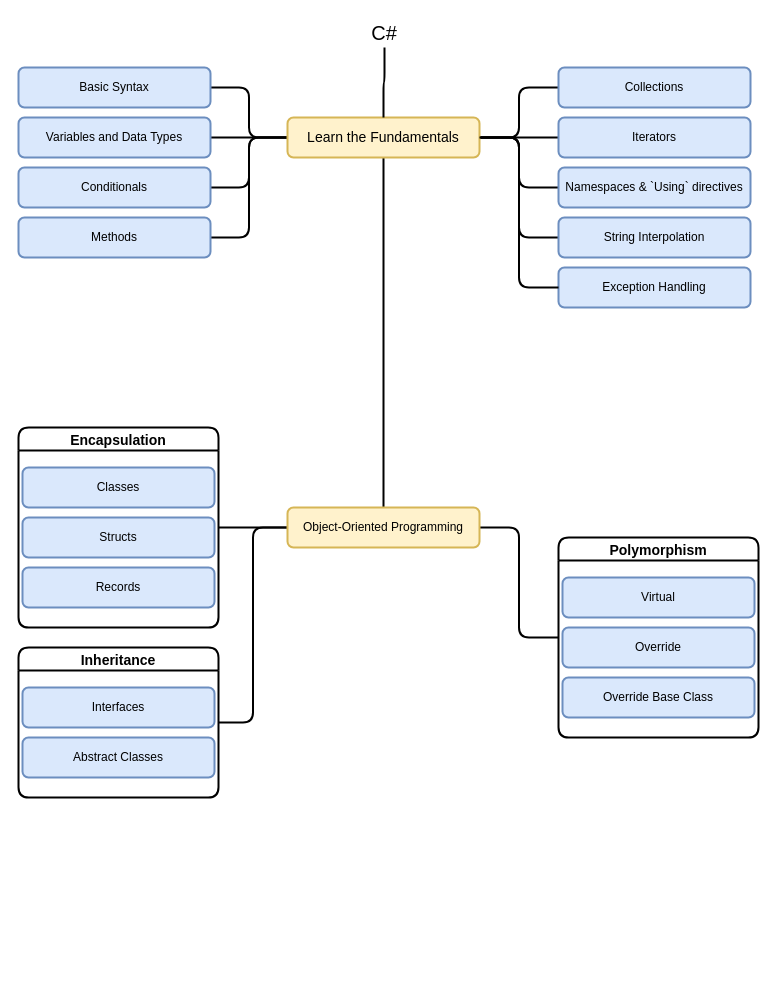
This is dotnet-developer-roadmap.drawio from gridlocdev/csharp-learning-roadmap, a draw.io file, before an edit. Source tidied: cells renumbered, new cells numbered last; positions are measured from the earlier drawing's top-left corner, leaving out a move shared by most shapes. Both pictures are drawn from the tidied source at 100%, with x=0, y=0 at pixel (18, 17).
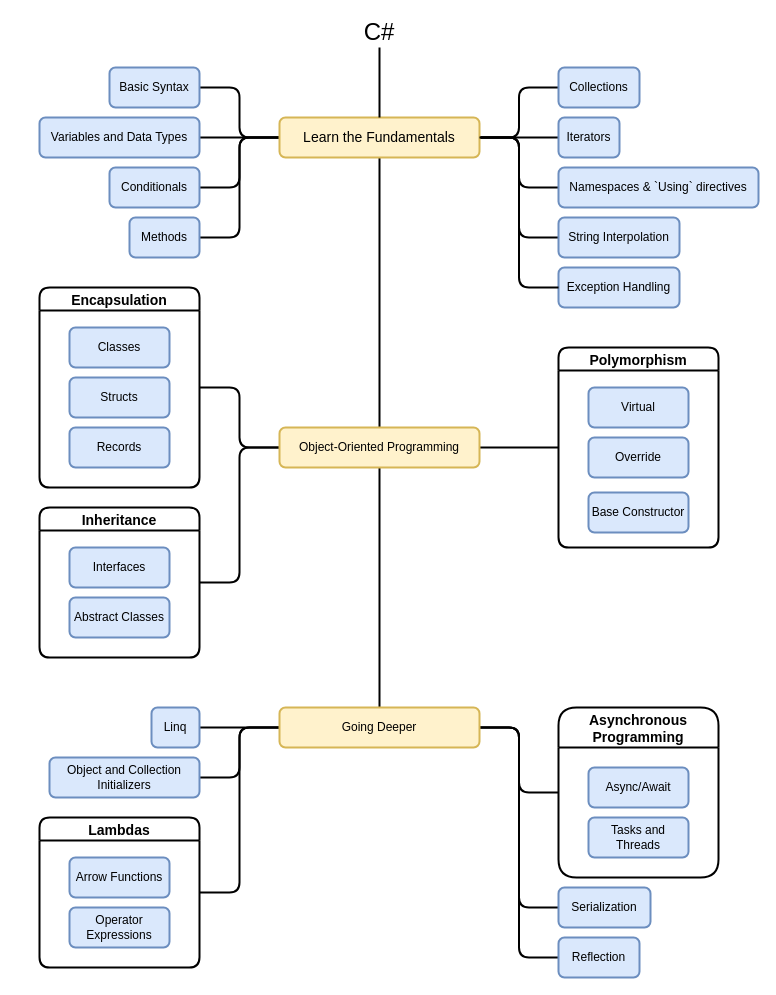
After the change.

The edit, as a diff of the source:
```diff
@@
     <mxCell id="11" value="&lt;font style=&quot;font-size: 14px&quot;&gt;Learn the Fundamentals&lt;/font&gt;" style="rounded=1;whiteSpace=wrap;html=1;fillColor=#fff2cc;strokeColor=#d6b656;strokeWidth=2;" parent="1" vertex="1">
-      <mxGeometry x="269" y="100" width="192" height="40" as="geometry" />
+      <mxGeometry x="261" y="100" width="200" height="40" as="geometry" />
     </mxCell>
@@
-    <mxCell id="13" value="&lt;div style=&quot;font-size: 20px&quot;&gt;&lt;font style=&quot;font-size: 20px&quot;&gt;C#&lt;/font&gt;&lt;/div&gt;" style="text;html=1;strokeColor=none;fillColor=none;align=center;verticalAlign=middle;whiteSpace=wrap;rounded=0;" parent="1" vertex="1">
-      <mxGeometry x="336" width="60" height="30" as="geometry" />
+    <mxCell id="13" value="&lt;div style=&quot;font-size: 24px;&quot;&gt;&lt;font style=&quot;font-size: 24px;&quot;&gt;C#&lt;/font&gt;&lt;/div&gt;" style="text;html=1;strokeColor=none;fillColor=none;align=center;verticalAlign=middle;whiteSpace=wrap;rounded=0;fontSize=24;" parent="1" vertex="1">
+      <mxGeometry x="331" width="60" height="30" as="geometry" />
     </mxCell>
     <mxCell id="14" value="&lt;div&gt;Basic Syntax&lt;/div&gt;" style="rounded=1;whiteSpace=wrap;html=1;fillColor=#dae8fc;strokeColor=#6c8ebf;strokeWidth=2;" parent="1" vertex="1">
-      <mxGeometry y="50" width="192" height="40" as="geometry" />
+      <mxGeometry x="91" y="50" width="90" height="40" as="geometry" />
     </mxCell>
     <mxCell id="15" value="Variables and Data Types" style="rounded=1;whiteSpace=wrap;html=1;fillColor=#dae8fc;strokeColor=#6c8ebf;strokeWidth=2;" parent="1" vertex="1">
-      <mxGeometry y="100" width="192" height="40" as="geometry" />
+      <mxGeometry x="21" y="100" width="160" height="40" as="geometry" />
     </mxCell>
     <mxCell id="16" value="&lt;div&gt;Conditionals&lt;/div&gt;" style="rounded=1;whiteSpace=wrap;html=1;fillColor=#dae8fc;strokeColor=#6c8ebf;strokeWidth=2;" parent="1" vertex="1">
-      <mxGeometry y="150" width="192" height="40" as="geometry" />
+      <mxGeometry x="91" y="150" width="90" height="40" as="geometry" />
     </mxCell>
     <mxCell id="17" value="Methods" style="rounded=1;whiteSpace=wrap;html=1;fillColor=#dae8fc;strokeColor=#6c8ebf;strokeWidth=2;" parent="1" vertex="1">
-      <mxGeometry y="200" width="192" height="40" as="geometry" />
+      <mxGeometry x="111" y="200" width="70" height="40" as="geometry" />
     </mxCell>
     <mxCell id="18" value="Namespaces &amp;amp; `Using` directives" style="rounded=1;whiteSpace=wrap;html=1;fillColor=#dae8fc;strokeColor=#6c8ebf;strokeWidth=2;" parent="1" vertex="1">
-      <mxGeometry x="540" y="150" width="192" height="40" as="geometry" />
+      <mxGeometry x="540" y="150" width="200" height="40" as="geometry" />
     </mxCell>
     <mxCell id="19" value="&lt;div&gt;Collections&lt;/div&gt;" style="rounded=1;whiteSpace=wrap;html=1;fillColor=#dae8fc;strokeColor=#6c8ebf;strokeWidth=2;" parent="1" vertex="1">
-      <mxGeometry x="540" y="50" width="192" height="40" as="geometry" />
+      <mxGeometry x="540" y="50" width="81" height="40" as="geometry" />
     </mxCell>
     <mxCell id="20" value="&lt;div&gt;Iterators&lt;/div&gt;" style="rounded=1;whiteSpace=wrap;html=1;fillColor=#dae8fc;strokeColor=#6c8ebf;strokeWidth=2;" parent="1" vertex="1">
-      <mxGeometry x="540" y="100" width="192" height="40" as="geometry" />
+      <mxGeometry x="540" y="100" width="61" height="40" as="geometry" />
     </mxCell>
     <mxCell id="21" value="&lt;div&gt;String Interpolation&lt;br&gt;&lt;/div&gt;" style="rounded=1;whiteSpace=wrap;html=1;fillColor=#dae8fc;strokeColor=#6c8ebf;strokeWidth=2;" parent="1" vertex="1">
-      <mxGeometry x="540" y="200" width="192" height="40" as="geometry" />
+      <mxGeometry x="540" y="200" width="121" height="40" as="geometry" />
     </mxCell>
     <mxCell id="22" value="&lt;div&gt;Exception Handling&lt;br&gt;&lt;/div&gt;" style="rounded=1;whiteSpace=wrap;html=1;fillColor=#dae8fc;strokeColor=#6c8ebf;strokeWidth=2;" parent="1" vertex="1">
-      <mxGeometry x="540" y="250" width="192" height="40" as="geometry" />
+      <mxGeometry x="540" y="250" width="121" height="40" as="geometry" />
     </mxCell>
@@
+    <mxCell id="39" style="edgeStyle=orthogonalEdgeStyle;rounded=1;jettySize=auto;html=1;exitX=0.5;exitY=1;exitDx=0;exitDy=0;fontSize=24;endArrow=none;endFill=0;strokeWidth=2;" parent="1" edge="1" source="27" target="46">
+      <mxGeometry relative="1" as="geometry" />
+    </mxCell>
     <mxCell id="27" value="&lt;div&gt;Object-Oriented Programming&lt;/div&gt;" style="rounded=1;whiteSpace=wrap;html=1;fillColor=#fff2cc;strokeColor=#d6b656;strokeWidth=2;" parent="1" vertex="1">
-      <mxGeometry x="269" y="490" width="192" height="40" as="geometry" />
+      <mxGeometry x="261" y="410" width="200" height="40" as="geometry" />
     </mxCell>
     <mxCell id="28" value="Encapsulation" style="swimlane;rounded=1;fontSize=14;strokeWidth=2;" parent="1" vertex="1">
-      <mxGeometry y="410" width="200" height="200" as="geometry" />
+      <mxGeometry x="21" y="270" width="160" height="200" as="geometry" />
     </mxCell>
     <mxCell id="29" value="Classes" style="rounded=1;whiteSpace=wrap;html=1;fillColor=#dae8fc;strokeColor=#6c8ebf;strokeWidth=2;" parent="28" vertex="1">
-      <mxGeometry x="4" y="40" width="192" height="40" as="geometry" />
+      <mxGeometry x="30" y="40" width="100" height="40" as="geometry" />
     </mxCell>
     <mxCell id="30" value="Structs" style="rounded=1;whiteSpace=wrap;html=1;fillColor=#dae8fc;strokeColor=#6c8ebf;strokeWidth=2;" parent="28" vertex="1">
-      <mxGeometry x="4" y="90" width="192" height="40" as="geometry" />
+      <mxGeometry x="30" y="90" width="100" height="40" as="geometry" />
     </mxCell>
     <mxCell id="31" value="Records" style="rounded=1;whiteSpace=wrap;html=1;fillColor=#dae8fc;strokeColor=#6c8ebf;strokeWidth=2;" parent="28" vertex="1">
-      <mxGeometry x="4" y="140" width="192" height="40" as="geometry" />
+      <mxGeometry x="30" y="140" width="100" height="40" as="geometry" />
     </mxCell>
     <mxCell id="32" value="Inheritance" style="swimlane;rounded=1;fontSize=14;strokeWidth=2;" parent="1" vertex="1">
-      <mxGeometry y="630" width="200" height="150" as="geometry" />
+      <mxGeometry x="21" y="490" width="160" height="150" as="geometry" />
     </mxCell>
     <mxCell id="33" value="Interfaces" style="rounded=1;whiteSpace=wrap;html=1;fillColor=#dae8fc;strokeColor=#6c8ebf;strokeWidth=2;" parent="32" vertex="1">
-      <mxGeometry x="4" y="40" width="192" height="40" as="geometry" />
+      <mxGeometry x="30" y="40" width="100" height="40" as="geometry" />
     </mxCell>
     <mxCell id="34" value="Abstract Classes" style="rounded=1;whiteSpace=wrap;html=1;fillColor=#dae8fc;strokeColor=#6c8ebf;strokeWidth=2;" parent="32" vertex="1">
-      <mxGeometry x="4" y="90" width="192" height="40" as="geometry" />
+      <mxGeometry x="30" y="90" width="100" height="40" as="geometry" />
     </mxCell>
     <mxCell id="35" value="Polymorphism" style="swimlane;rounded=1;fontSize=14;strokeWidth=2;" parent="1" vertex="1">
-      <mxGeometry x="540" y="520" width="200" height="200" as="geometry" />
+      <mxGeometry x="540" y="330" width="160" height="200" as="geometry" />
     </mxCell>
     <mxCell id="36" value="Virtual" style="rounded=1;whiteSpace=wrap;html=1;fillColor=#dae8fc;strokeColor=#6c8ebf;strokeWidth=2;" parent="35" vertex="1">
-      <mxGeometry x="4" y="40" width="192" height="40" as="geometry" />
+      <mxGeometry x="30" y="40" width="100" height="40" as="geometry" />
     </mxCell>
     <mxCell id="37" value="Override" style="rounded=1;whiteSpace=wrap;html=1;fillColor=#dae8fc;strokeColor=#6c8ebf;strokeWidth=2;" parent="35" vertex="1">
-      <mxGeometry x="4" y="90" width="192" height="40" as="geometry" />
+      <mxGeometry x="30" y="90" width="100" height="40" as="geometry" />
     </mxCell>
-    <mxCell id="38" value="Override Base Class" style="rounded=1;whiteSpace=wrap;html=1;fillColor=#dae8fc;strokeColor=#6c8ebf;strokeWidth=2;" parent="1" vertex="1">
-      <mxGeometry x="544" y="660" width="192" height="40" as="geometry" />
+    <mxCell id="38" value="Base Constructor" style="rounded=1;whiteSpace=wrap;html=1;fillColor=#dae8fc;strokeColor=#6c8ebf;strokeWidth=2;" parent="35" vertex="1">
+      <mxGeometry x="30" y="145" width="100" height="40" as="geometry" />
     </mxCell>
+    <mxCell id="40" style="edgeStyle=orthogonalEdgeStyle;rounded=1;jettySize=auto;html=1;exitX=0;exitY=0.5;exitDx=0;exitDy=0;fontSize=24;endArrow=none;endFill=0;strokeWidth=2;" parent="1" edge="1" source="46" target="47">
+      <mxGeometry relative="1" as="geometry" />
+    </mxCell>
+    <mxCell id="41" style="edgeStyle=orthogonalEdgeStyle;rounded=1;jettySize=auto;html=1;exitX=0;exitY=0.5;exitDx=0;exitDy=0;entryX=1;entryY=0.5;entryDx=0;entryDy=0;fontSize=24;endArrow=none;endFill=0;strokeWidth=2;" parent="1" edge="1" source="46" target="48">
+      <mxGeometry relative="1" as="geometry" />
+    </mxCell>
+    <mxCell id="42" style="edgeStyle=orthogonalEdgeStyle;rounded=1;jettySize=auto;html=1;exitX=1;exitY=0.5;exitDx=0;exitDy=0;fontSize=24;endArrow=none;endFill=0;strokeWidth=2;" parent="1" edge="1" source="46" target="52">
+      <mxGeometry relative="1" as="geometry" />
+    </mxCell>
+    <mxCell id="43" style="edgeStyle=orthogonalEdgeStyle;rounded=1;jettySize=auto;html=1;exitX=0;exitY=0.5;exitDx=0;exitDy=0;entryX=1;entryY=0.5;entryDx=0;entryDy=0;fontSize=24;endArrow=none;endFill=0;strokeWidth=2;" parent="1" edge="1" source="46" target="49">
+      <mxGeometry relative="1" as="geometry" />
+    </mxCell>
+    <mxCell id="44" style="edgeStyle=orthogonalEdgeStyle;rounded=1;jettySize=auto;html=1;exitX=1;exitY=0.5;exitDx=0;exitDy=0;entryX=0;entryY=0.5;entryDx=0;entryDy=0;fontSize=24;endArrow=none;endFill=0;strokeWidth=2;" parent="1" edge="1" source="46" target="55">
+      <mxGeometry relative="1" as="geometry" />
+    </mxCell>
+    <mxCell id="45" style="edgeStyle=orthogonalEdgeStyle;rounded=1;jettySize=auto;html=1;exitX=1;exitY=0.5;exitDx=0;exitDy=0;entryX=0;entryY=0.5;entryDx=0;entryDy=0;fontSize=24;endArrow=none;endFill=0;strokeWidth=2;" parent="1" edge="1" source="46" target="56">
+      <mxGeometry relative="1" as="geometry" />
+    </mxCell>
+    <mxCell id="46" value="Going Deeper" style="rounded=1;whiteSpace=wrap;html=1;fillColor=#fff2cc;strokeColor=#d6b656;strokeWidth=2;" parent="1" vertex="1">
+      <mxGeometry x="261" y="690" width="200" height="40" as="geometry" />
+    </mxCell>
+    <mxCell id="47" value="Linq" style="rounded=1;whiteSpace=wrap;html=1;fillColor=#dae8fc;strokeColor=#6c8ebf;strokeWidth=2;" parent="1" vertex="1">
+      <mxGeometry x="133" y="690" width="48" height="40" as="geometry" />
+    </mxCell>
+    <mxCell id="48" value="Object and Collection Initializers" style="rounded=1;whiteSpace=wrap;html=1;fillColor=#dae8fc;strokeColor=#6c8ebf;strokeWidth=2;" parent="1" vertex="1">
+      <mxGeometry x="31" y="740" width="150" height="40" as="geometry" />
+    </mxCell>
+    <mxCell id="49" value="Lambdas" style="swimlane;rounded=1;fontSize=14;strokeWidth=2;" parent="1" vertex="1">
+      <mxGeometry x="21" y="800" width="160" height="150" as="geometry" />
+    </mxCell>
+    <mxCell id="50" value="Operator Expressions" style="rounded=1;whiteSpace=wrap;html=1;fillColor=#dae8fc;strokeColor=#6c8ebf;strokeWidth=2;" parent="49" vertex="1">
+      <mxGeometry x="30" y="90" width="100" height="40" as="geometry" />
+    </mxCell>
+    <mxCell id="51" value="Arrow Functions" style="rounded=1;whiteSpace=wrap;html=1;fillColor=#dae8fc;strokeColor=#6c8ebf;strokeWidth=2;" parent="49" vertex="1">
+      <mxGeometry x="30" y="40" width="100" height="40" as="geometry" />
+    </mxCell>
+    <mxCell id="52" value="Asynchronous &#10;Programming" style="swimlane;rounded=1;fontSize=14;strokeWidth=2;startSize=40;" parent="1" vertex="1">
+      <mxGeometry x="540" y="690" width="160" height="170" as="geometry" />
+    </mxCell>
+    <mxCell id="53" value="Tasks and Threads" style="rounded=1;whiteSpace=wrap;html=1;fillColor=#dae8fc;strokeColor=#6c8ebf;strokeWidth=2;" parent="52" vertex="1">
+      <mxGeometry x="30" y="110" width="100" height="40" as="geometry" />
+    </mxCell>
+    <mxCell id="54" value="Async/Await" style="rounded=1;whiteSpace=wrap;html=1;fillColor=#dae8fc;strokeColor=#6c8ebf;strokeWidth=2;" parent="52" vertex="1">
+      <mxGeometry x="30" y="60" width="100" height="40" as="geometry" />
+    </mxCell>
+    <mxCell id="55" value="Serialization" style="rounded=1;whiteSpace=wrap;html=1;fillColor=#dae8fc;strokeColor=#6c8ebf;strokeWidth=2;" parent="1" vertex="1">
+      <mxGeometry x="540" y="870" width="92" height="40" as="geometry" />
+    </mxCell>
+    <mxCell id="56" value="Reflection" style="rounded=1;whiteSpace=wrap;html=1;fillColor=#dae8fc;strokeColor=#6c8ebf;strokeWidth=2;" parent="1" vertex="1">
+      <mxGeometry x="540" y="920" width="81" height="40" as="geometry" />
+    </mxCell>
```
